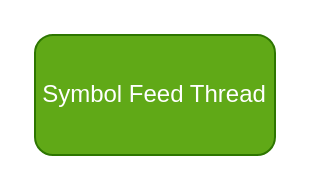
The draw.io diagram page "DATA LIBRARIAN" (2 of 2) of 11 LIGHTNING DOCUMENTATION & PROPOSAL/DOCUMENTATION & DESIGHN DIAGRAMS/DATAFLOW Diagram - Market Data PipeLine.drawio in STANLEYKINYUA/LIGHTNING, before the edit. Source tidied: cells renumbered, new cells numbered last; positions are measured from the earlier drawing's top-left corner, leaving out a move shared by most shapes. Both pictures are drawn from the tidied source at 200%, with x=0, y=0 at pixel (34, 34).
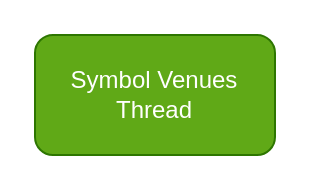
The same page after the edit.

Diff of the diagram source:
```diff
@@
 <mxGraphModel>
   <root>
     <mxCell id="0" />
     <mxCell id="1" parent="0" />
-    <mxCell id="2" value="Symbol Feed Thread" style="rounded=1;whiteSpace=wrap;html=1;fillColor=#60a917;fontColor=#ffffff;strokeColor=#2D7600;" parent="1" vertex="1">
+    <mxCell id="2" value="Symbol Venues Thread" style="rounded=1;whiteSpace=wrap;html=1;fillColor=#60a917;fontColor=#ffffff;strokeColor=#2D7600;" parent="1" vertex="1">
       <mxGeometry width="120" height="60" as="geometry" />
     </mxCell>
   </root>
 </mxGraphModel>
```
